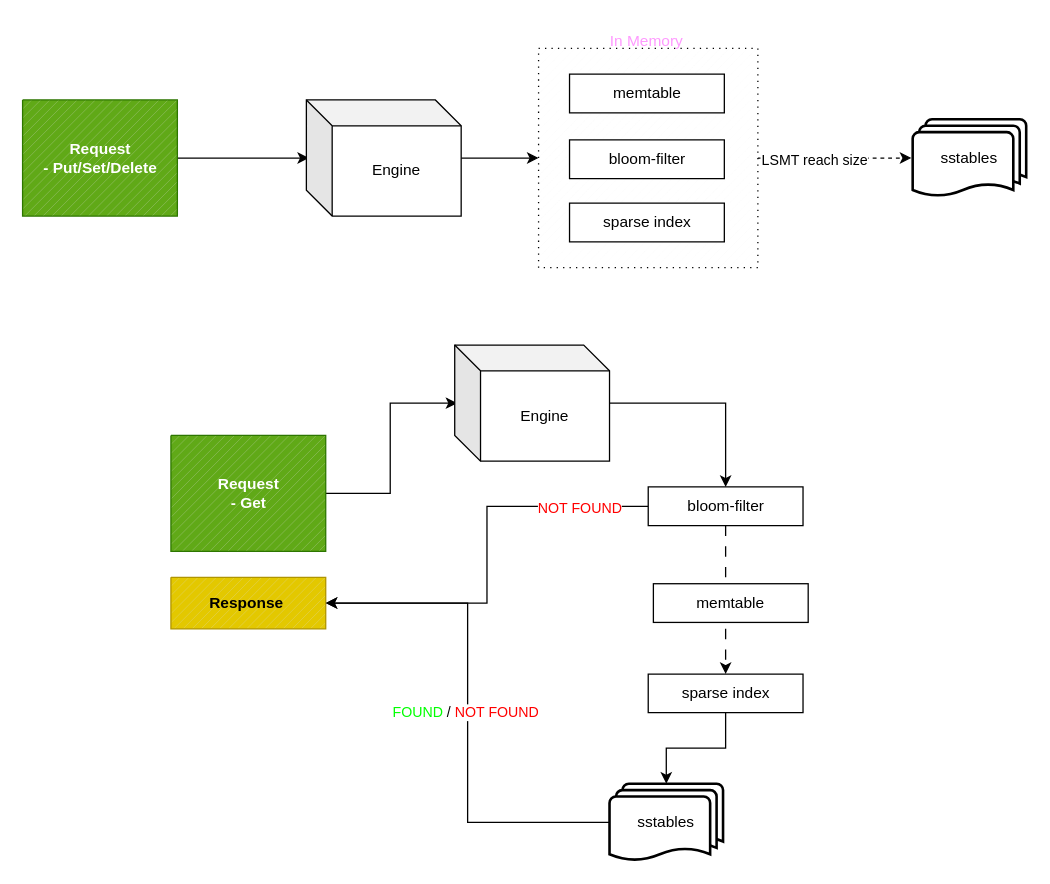
Before: basic.drawio in jakub-galecki/godb, a draw.io diagram. Source tidied: cells renumbered, new cells numbered last; positions are measured from the earlier drawing's top-left corner, leaving out a move shared by most shapes. Both pictures are drawn from the tidied source at 129%, with x=0, y=0 at pixel (22, 22).
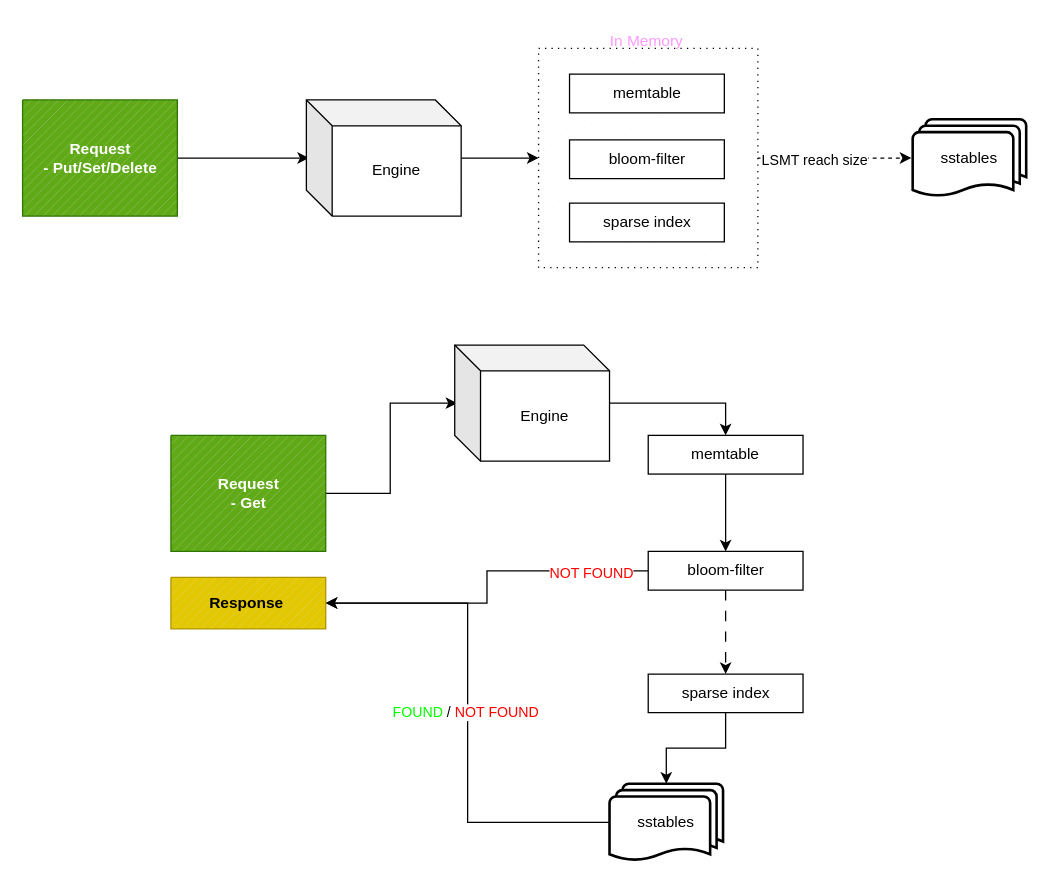
Above is the later version.

The change refers to these unchanged cells:
```xml
<mxCell id="16" value="Engine" style="shape=cube;whiteSpace=wrap;html=1;boundedLbl=1;backgroundOutline=1;darkOpacity=0.05;darkOpacity2=0.1;" parent="1" vertex="1">
  <mxGeometry x="335" y="250" width="120" height="90" as="geometry" />
</mxCell>
```

Change to the diagram source:
```diff
@@
-    <mxCell id="15" style="edgeStyle=orthogonalEdgeStyle;rounded=0;jettySize=auto;html=1;" parent="1" edge="1" source="16" target="20">
-      <mxGeometry relative="1" as="geometry" />
-    </mxCell>
+    <mxCell id="28" style="edgeStyle=orthogonalEdgeStyle;rounded=0;jettySize=auto;html=1;entryX=0.5;entryY=0;entryDx=0;entryDy=0;" parent="1" edge="1" source="16" target="26">
+      <mxGeometry relative="1" as="geometry" />
+    </mxCell>
@@
     <mxCell id="20" value="bloom-filter" style="verticalLabelPosition=middle;verticalAlign=middle;html=1;shape=mxgraph.basic.rect;fillColor2=none;strokeWidth=1;size=14.5;indent=5;labelPosition=center;align=center;" parent="1" vertex="1">
-      <mxGeometry x="485" y="360" width="120" height="30" as="geometry" />
+      <mxGeometry x="485" y="410" width="120" height="30" as="geometry" />
     </mxCell>
@@
+    <mxCell id="27" value="In Memory" style="text;html=1;align=center;verticalAlign=middle;whiteSpace=wrap;rounded=0;dashed=1;dashPattern=1 4;fontColor=#FF99FF;" parent="1" vertex="1">
+      <mxGeometry x="454" width="60" height="30" as="geometry" />
+    </mxCell>
+    <mxCell id="29" style="edgeStyle=orthogonalEdgeStyle;rounded=0;jettySize=auto;html=1;" parent="1" edge="1" source="26" target="20">
+      <mxGeometry relative="1" as="geometry" />
+    </mxCell>
     <mxCell id="26" value="memtable" style="rounded=0;whiteSpace=wrap;html=1;" parent="1" vertex="1">
-      <mxGeometry x="489" y="435" width="120" height="30" as="geometry" />
+      <mxGeometry x="485" y="320" width="120" height="30" as="geometry" />
     </mxCell>
-    <mxCell id="27" value="In Memory" style="text;html=1;align=center;verticalAlign=middle;whiteSpace=wrap;rounded=0;dashed=1;dashPattern=1 4;fontColor=#FF99FF;" parent="1" vertex="1">
-      <mxGeometry x="454" width="60" height="30" as="geometry" />
-    </mxCell>
```
